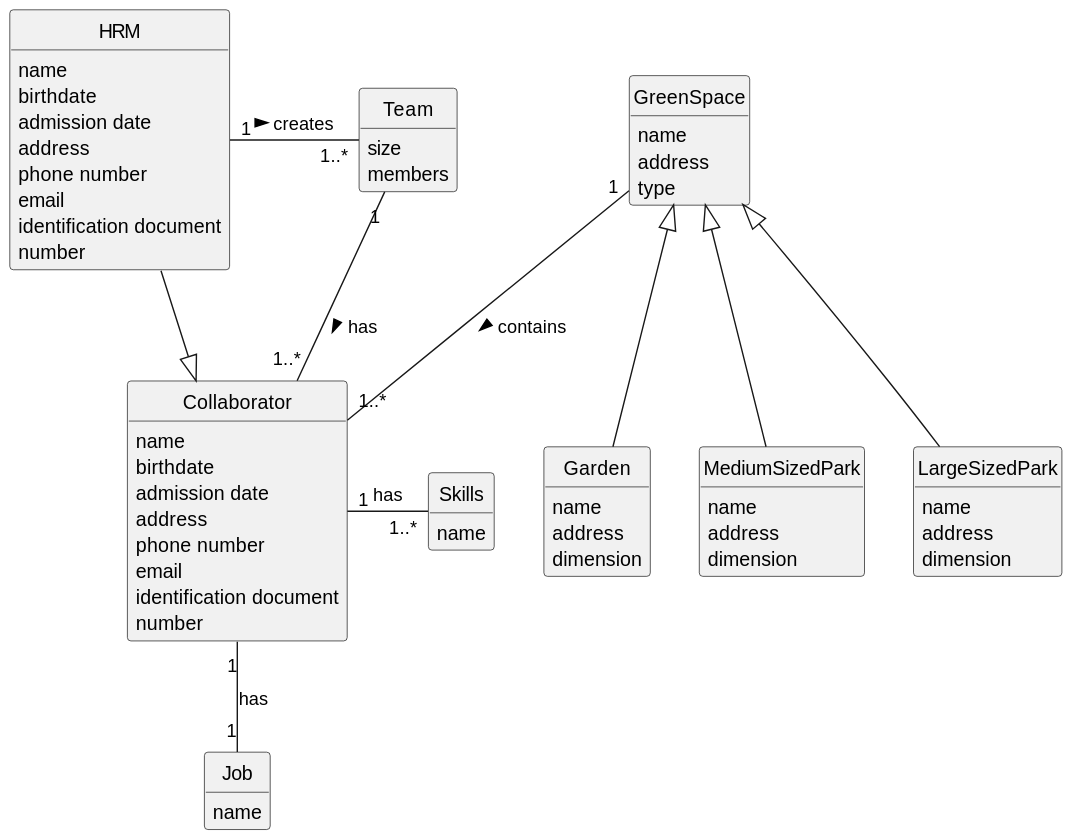
diogoveirospro/lei-24-s2-1dg-g072 keeps this PlantUML diagram as docs/sprintA/us005/02.analysis/svg/us005-domain-model.svg. Above is the earlier version.
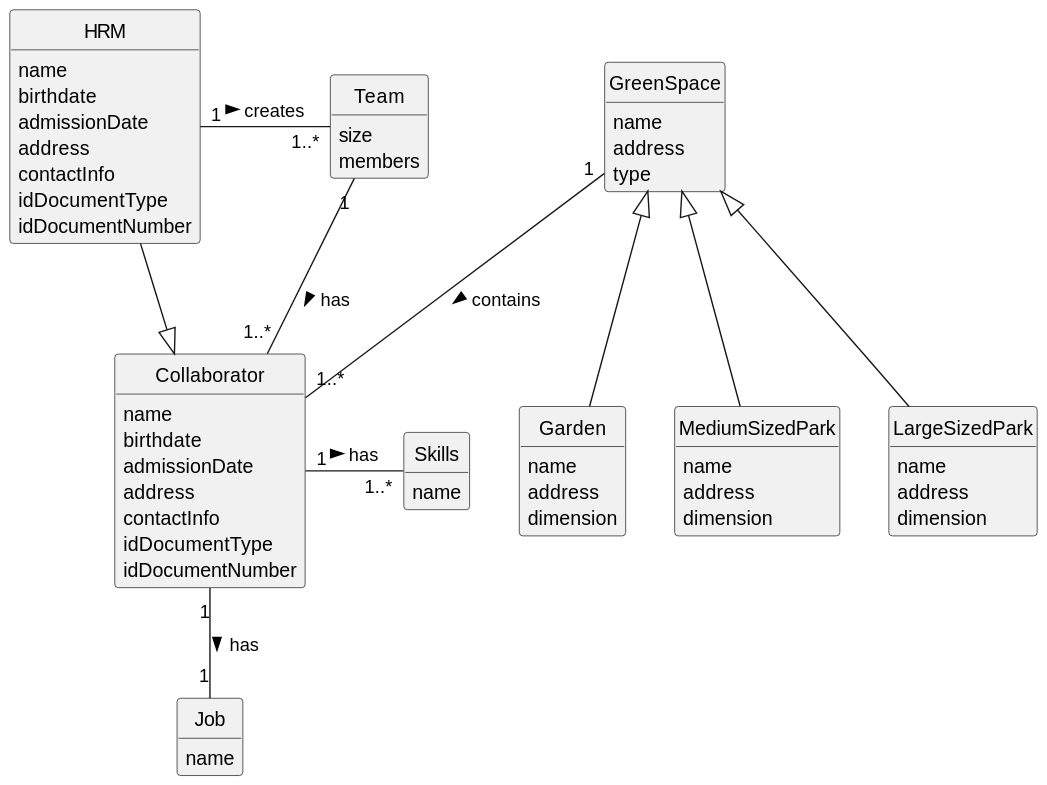
After the commit.

The edit, as a diff of the source:
```diff
@@ -10,16 +10,14 @@
 hide methods
 
 
-
 class HRM {
      name
      birthdate
-     admission date
+     admissionDate
      address
-     phone number
-     email
-     identification document
-     number
+     contactInfo
+     idDocumentType
+     idDocumentNumber
  }
 
 class Team {
@@ -31,12 +29,11 @@
 class Collaborator {
     name
     birthdate
-    admission date
+    admissionDate
     address
-    phone number
-    email
-    identification document
-    number
+    contactInfo
+    idDocumentType
+    idDocumentNumber
 }
 
 class Skills {
@@ -74,8 +71,8 @@
 
 HRM "1" - "1..*" Team : creates >
 Collaborator <|-- HRM
-Collaborator "1" - "1..*" Skills: has
-Collaborator "1" -- "1" Job: has
+Collaborator "1" - "1..*" Skills: has >
+Collaborator "1" -- "1" Job: has >
 Team "1" -- "1..*" Collaborator: has >
 GreenSpace "1" -- "1..*" Collaborator: contains >
 GreenSpace <|-- Garden
```
